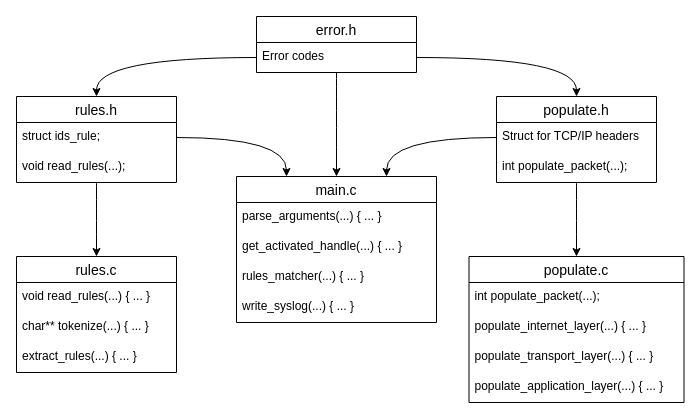
The draw.io diagram markdown-explanations/images/project-structure.drawio in FlorianFichet/B2-IR209-IDS, before the edit. Source tidied: cells renumbered, new cells numbered last; positions are measured from the earlier drawing's top-left corner, leaving out a move shared by most shapes. Both pictures are drawn from the tidied source at 100%, with x=0, y=0 at pixel (16, 16).
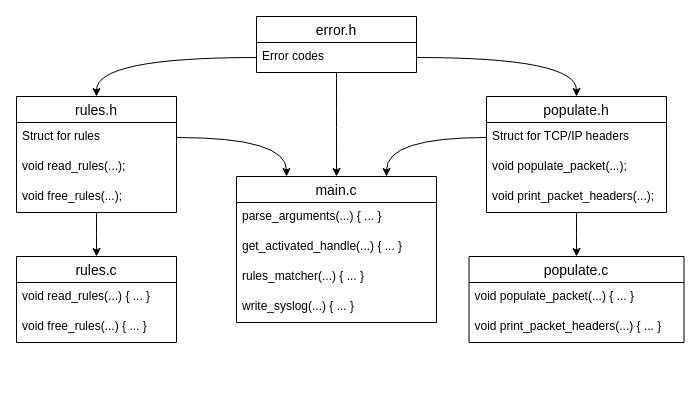
The same page after the edit.

Commit message (it also covers changes not shown here):
update project structure and software architecture

What changed in the source:
```diff
@@
     <mxCell id="2" value="rules.c" style="swimlane;fontStyle=0;horizontal=1;startSize=26;align=center;fontSize=14;" parent="1" vertex="1">
-      <mxGeometry y="240" width="160" height="116" as="geometry" />
+      <mxGeometry y="240" width="160" height="86" as="geometry" />
     </mxCell>
@@
-    <mxCell id="4" value="char** tokenize(...) { ... }" style="text;strokeColor=none;fillColor=none;spacingLeft=4;spacingRight=4;overflow=hidden;fontSize=12;" parent="2" vertex="1">
+    <mxCell id="4" value="void free_rules(...) { ... }" style="text;strokeColor=none;fillColor=none;spacingLeft=4;spacingRight=4;overflow=hidden;fontSize=12;" parent="2" vertex="1">
       <mxGeometry y="56" width="160" height="30" as="geometry" />
     </mxCell>
-    <mxCell id="5" value="extract_rules(...) { ... }" style="text;strokeColor=none;fillColor=none;spacingLeft=4;spacingRight=4;overflow=hidden;fontSize=12;" parent="2" vertex="1">
-      <mxGeometry y="86" width="160" height="30" as="geometry" />
-    </mxCell>
@@
     <mxCell id="11" value="populate.c" style="swimlane;fontStyle=0;horizontal=1;startSize=26;align=center;fontSize=14;" parent="1" vertex="1">
-      <mxGeometry x="452.5" y="240" width="215" height="146" as="geometry" />
+      <mxGeometry x="452.5" y="240" width="215" height="86" as="geometry" />
     </mxCell>
-    <mxCell id="12" value="int populate_packet(...);" style="text;strokeColor=none;fillColor=none;spacingLeft=4;spacingRight=4;overflow=hidden;fontSize=12;" parent="11" vertex="1">
+    <mxCell id="12" value="void populate_packet(...) { ... }" style="text;strokeColor=none;fillColor=none;spacingLeft=4;spacingRight=4;overflow=hidden;fontSize=12;" parent="11" vertex="1">
       <mxGeometry y="26" width="215" height="30" as="geometry" />
     </mxCell>
-    <mxCell id="13" value="populate_internet_layer(...) { ... }" style="text;strokeColor=none;fillColor=none;spacingLeft=4;spacingRight=4;overflow=hidden;fontSize=12;" parent="11" vertex="1">
+    <mxCell id="13" value="void print_packet_headers(...) { ... }" style="text;strokeColor=none;fillColor=none;spacingLeft=4;spacingRight=4;overflow=hidden;fontSize=12;" parent="11" vertex="1">
       <mxGeometry y="56" width="215" height="30" as="geometry" />
     </mxCell>
-    <mxCell id="14" value="populate_transport_layer(...) { ... }" style="text;strokeColor=none;fillColor=none;spacingLeft=4;spacingRight=4;overflow=hidden;fontSize=12;" parent="11" vertex="1">
-      <mxGeometry y="86" width="215" height="30" as="geometry" />
-    </mxCell>
-    <mxCell id="15" value="populate_application_layer(...) { ... }" style="text;strokeColor=none;fillColor=none;spacingLeft=4;spacingRight=4;overflow=hidden;fontSize=12;" parent="11" vertex="1">
-      <mxGeometry y="116" width="215" height="30" as="geometry" />
-    </mxCell>
@@
     <mxCell id="18" value="rules.h" style="swimlane;fontStyle=0;horizontal=1;startSize=26;align=center;fontSize=14;" parent="1" vertex="1">
-      <mxGeometry y="80" width="160" height="86" as="geometry" />
+      <mxGeometry y="80" width="160" height="116" as="geometry" />
     </mxCell>
-    <mxCell id="19" value="struct ids_rule;" style="text;strokeColor=none;fillColor=none;spacingLeft=4;spacingRight=4;overflow=hidden;points=[[0,0.5],[1,0.5]];portConstraint=eastwest;fontSize=12;" parent="18" vertex="1">
+    <mxCell id="19" value="Struct for rules" style="text;strokeColor=none;fillColor=none;spacingLeft=4;spacingRight=4;overflow=hidden;points=[[0,0.5],[1,0.5]];portConstraint=eastwest;fontSize=12;" parent="18" vertex="1">
       <mxGeometry y="26" width="160" height="30" as="geometry" />
     </mxCell>
@@
+    <mxCell id="31" value="void free_rules(...);" style="text;strokeColor=none;fillColor=none;spacingLeft=4;spacingRight=4;overflow=hidden;fontSize=12;" parent="18" vertex="1">
+      <mxGeometry y="86" width="160" height="30" as="geometry" />
+    </mxCell>
@@
     <mxCell id="22" value="populate.h" style="swimlane;fontStyle=0;horizontal=1;startSize=26;align=center;fontSize=14;" parent="1" vertex="1">
-      <mxGeometry x="480" y="80" width="160" height="86" as="geometry" />
+      <mxGeometry x="470" y="80" width="180" height="116" as="geometry" />
     </mxCell>
     <mxCell id="23" value="Struct for TCP/IP headers" style="text;strokeColor=none;fillColor=none;spacingLeft=4;spacingRight=4;overflow=hidden;points=[[0,0.5],[1,0.5]];portConstraint=eastwest;fontSize=12;" parent="22" vertex="1">
-      <mxGeometry y="26" width="160" height="30" as="geometry" />
+      <mxGeometry y="26" width="180" height="30" as="geometry" />
     </mxCell>
-    <mxCell id="24" value="int populate_packet(...);" style="text;strokeColor=none;fillColor=none;spacingLeft=4;spacingRight=4;overflow=hidden;fontSize=12;" parent="22" vertex="1">
-      <mxGeometry y="56" width="160" height="30" as="geometry" />
+    <mxCell id="24" value="void populate_packet(...);" style="text;strokeColor=none;fillColor=none;spacingLeft=4;spacingRight=4;overflow=hidden;fontSize=12;" parent="22" vertex="1">
+      <mxGeometry y="56" width="180" height="30" as="geometry" />
     </mxCell>
+    <mxCell id="32" value="void print_packet_headers(...);" style="text;strokeColor=none;fillColor=none;spacingLeft=4;spacingRight=4;overflow=hidden;fontSize=12;" parent="22" vertex="1">
+      <mxGeometry y="86" width="180" height="30" as="geometry" />
+    </mxCell>
```
